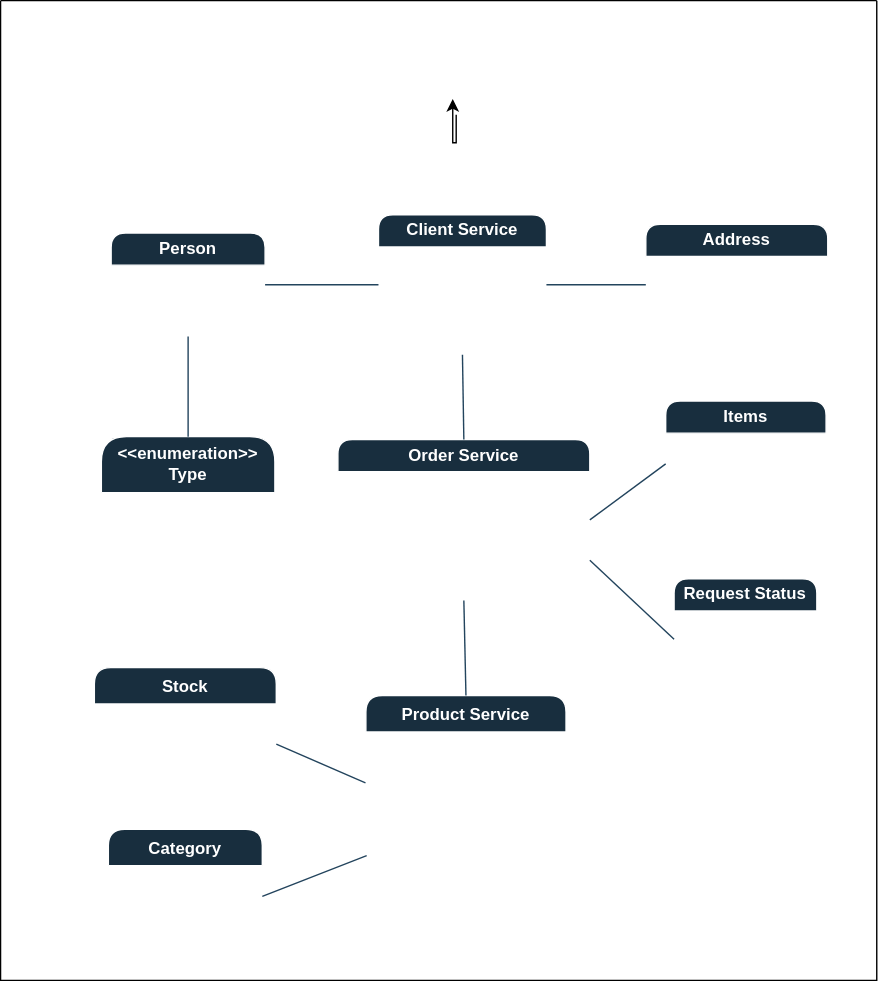
The draw.io diagram docs/diagram-msorderservice-apis.svg in romulomotadev/portfolio-msorderservice-v2, before a commit. Source tidied: cells renumbered, new cells last; positions are measured from the earlier drawing's top-left corner, leaving out a move shared by most shapes.
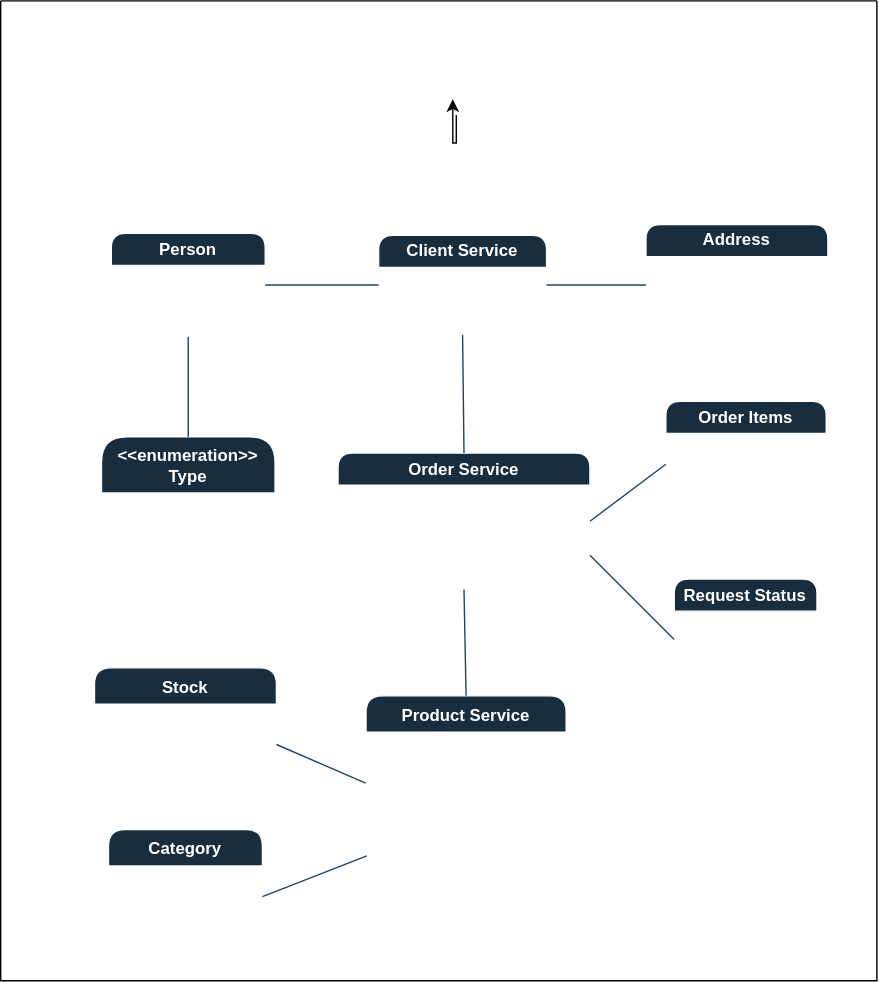
Above is the later version.

Commit message:
feat(msorderservice): Created entities and repository for order service

Change to the diagram source:
```diff
@@ -14,23 +14,23 @@
     <mxCell id="5" value="1:1" style="text;html=1;whiteSpace=wrap;strokeColor=none;fillColor=none;align=center;verticalAlign=middle;rounded=1;labelBorderColor=none;labelBackgroundColor=none;fontColor=#FFFFFF;" parent="2" vertex="1">
       <mxGeometry x="461.2" y="460.5" width="20" height="10" as="geometry" />
     </mxCell>
-    <mxCell id="6" value="Items" style="swimlane;whiteSpace=wrap;html=1;rounded=1;labelBorderColor=none;labelBackgroundColor=none;fillColor=light-dark(#182E3E,#D4E1F5);strokeColor=#FFFFFF;fontColor=#FFFFFF;" parent="2" vertex="1">
+    <mxCell id="6" value="Order Items" style="swimlane;whiteSpace=wrap;html=1;rounded=1;labelBorderColor=none;labelBackgroundColor=none;fillColor=light-dark(#182E3E,#D4E1F5);strokeColor=#FFFFFF;fontColor=#FFFFFF;" parent="2" vertex="1">
       <mxGeometry x="475.2" y="286" width="114.6" height="90" as="geometry" />
     </mxCell>
     <mxCell id="7" value="- &amp;lt;&amp;lt;pk&amp;gt;&amp;gt; id : Long&lt;div&gt;- productId : Long&lt;/div&gt;&lt;div&gt;- quantity : Integer&lt;/div&gt;&lt;div&gt;- unitPrice : Double&lt;/div&gt;" style="text;html=1;whiteSpace=wrap;strokeColor=none;fillColor=none;align=left;verticalAlign=middle;rounded=1;labelBorderColor=none;labelBackgroundColor=none;fontColor=#FFFFFF;" parent="6" vertex="1">
-      <mxGeometry y="24.3" width="110" height="60.7" as="geometry" />
+      <mxGeometry x="6" y="24.3" width="108.6" height="60.7" as="geometry" />
     </mxCell>
     <mxCell id="8" value="n:1" style="text;html=1;whiteSpace=wrap;strokeColor=none;fillColor=none;align=center;verticalAlign=middle;rounded=1;labelBorderColor=none;labelBackgroundColor=none;fontColor=#FFFFFF;" parent="2" vertex="1">
       <mxGeometry x="455.2" y="320.5" width="20" height="10" as="geometry" />
     </mxCell>
     <mxCell id="9" value="Client Service" style="swimlane;whiteSpace=wrap;html=1;rounded=1;labelBorderColor=none;labelBackgroundColor=none;fillColor=light-dark(#182E3E,#D5E8D4);strokeColor=#FFFFFF;fontColor=#FFFFFF;" parent="2" vertex="1">
-      <mxGeometry x="270" y="153" width="120" height="100" as="geometry" />
+      <mxGeometry x="270" y="167.5" width="120" height="71" as="geometry" />
     </mxCell>
-    <mxCell id="10" value="- &amp;lt;&amp;lt;pk&amp;gt;&amp;gt; id : Long&lt;br&gt;&lt;div&gt;- name : String&lt;/div&gt;&lt;div&gt;- email : String&lt;/div&gt;&lt;div&gt;- person : Person&lt;/div&gt;&lt;div&gt;- address : List&lt;/div&gt;&lt;div&gt;&lt;br&gt;&lt;/div&gt;" style="text;align=left;verticalAlign=middle;spacingLeft=4;spacingRight=4;overflow=hidden;whiteSpace=wrap;html=1;rounded=1;labelBackgroundColor=none;labelBorderColor=none;fontColor=#FFFFFF;" parent="9" vertex="1">
-      <mxGeometry x="2.4" y="23" width="114.6" height="80" as="geometry" />
+    <mxCell id="10" value="- &amp;lt;&amp;lt;pk&amp;gt;&amp;gt; id : Long&lt;br&gt;&lt;div&gt;- name : String&lt;/div&gt;&lt;div&gt;- email : String&lt;/div&gt;&lt;div&gt;&lt;br&gt;&lt;/div&gt;" style="text;align=left;verticalAlign=middle;spacingLeft=4;spacingRight=4;overflow=hidden;whiteSpace=wrap;html=1;rounded=1;labelBackgroundColor=none;labelBorderColor=none;fontColor=#FFFFFF;" parent="9" vertex="1">
+      <mxGeometry x="2.4" y="23" width="114.6" height="48.5" as="geometry" />
     </mxCell>
     <mxCell id="11" value="1:1" style="text;html=1;whiteSpace=wrap;strokeColor=none;fillColor=none;align=center;verticalAlign=middle;rounded=1;labelBorderColor=none;labelBackgroundColor=none;fontColor=#FFFFFF;" parent="2" vertex="1">
-      <mxGeometry x="247" y="185" width="20" height="13" as="geometry" />
+      <mxGeometry x="250" y="188.5" width="20" height="13" as="geometry" />
     </mxCell>
     <mxCell id="12" value="Person" style="swimlane;whiteSpace=wrap;html=1;rounded=1;labelBorderColor=none;labelBackgroundColor=none;fillColor=light-dark(#182E3E,#D5E8D4);strokeColor=#FFFFFF;fontColor=#FFFFFF;" parent="2" vertex="1">
       <mxGeometry x="79" y="166" width="110" height="74" as="geometry" />
@@ -51,7 +51,7 @@
       <mxGeometry x="113.8" y="298" width="17" height="10" as="geometry" />
     </mxCell>
     <mxCell id="18" value="1:1" style="text;html=1;whiteSpace=wrap;strokeColor=none;fillColor=none;align=center;verticalAlign=middle;rounded=1;labelBorderColor=none;labelBackgroundColor=none;fontColor=#FFFFFF;" parent="2" vertex="1">
-      <mxGeometry x="192" y="185.5" width="20" height="13" as="geometry" />
+      <mxGeometry x="189" y="187" width="20" height="13" as="geometry" />
     </mxCell>
     <mxCell id="19" value="&amp;nbsp;NATURAL_PERSON&lt;div&gt;&amp;nbsp;LEGAL_PERSON&lt;/div&gt;" style="text;html=1;whiteSpace=wrap;strokeColor=none;fillColor=none;align=left;verticalAlign=middle;rounded=1;labelBorderColor=none;labelBackgroundColor=none;fontColor=#FFFFFF;" parent="2" vertex="1">
       <mxGeometry x="74" y="353" width="120" height="30" as="geometry" />
@@ -60,10 +60,10 @@
       <mxGeometry relative="1" as="geometry" />
     </mxCell>
     <mxCell id="21" value="Order Service" style="swimlane;whiteSpace=wrap;html=1;rounded=1;labelBorderColor=none;labelBackgroundColor=none;fillColor=light-dark(#182E3E,#D4E1F5);strokeColor=#FFFFFF;fontColor=#FFFFFF;" parent="2" vertex="1">
-      <mxGeometry x="241" y="313.5" width="180" height="115" as="geometry" />
+      <mxGeometry x="241" y="323" width="180" height="97.5" as="geometry" />
     </mxCell>
-    <mxCell id="22" value="- &amp;lt;&amp;lt;pk&amp;gt;&amp;gt; id : Long&lt;div&gt;- clientId : Long&lt;/div&gt;&lt;div&gt;- creationDate : LocalDateTime&lt;/div&gt;&lt;div&gt;- requestStatus : enum&lt;/div&gt;&lt;div&gt;- items: List&lt;/div&gt;&lt;div&gt;- totalValue : Double&lt;/div&gt;" style="text;strokeColor=none;fillColor=none;align=left;verticalAlign=middle;spacingLeft=4;spacingRight=4;overflow=hidden;whiteSpace=wrap;html=1;rounded=1;labelBorderColor=none;labelBackgroundColor=none;fontColor=#FFFFFF;" parent="21" vertex="1">
-      <mxGeometry y="24" width="176" height="90" as="geometry" />
+    <mxCell id="22" value="- &amp;lt;&amp;lt;pk&amp;gt;&amp;gt; id : Long&lt;div&gt;- clientId : Long&lt;/div&gt;&lt;div&gt;- creationDate : LocalDateTime&lt;/div&gt;&lt;div&gt;&lt;span style=&quot;background-color: transparent; color: light-dark(rgb(255, 255, 255), rgb(18, 18, 18));&quot;&gt;- totalValue : Double&lt;/span&gt;&lt;/div&gt;" style="text;strokeColor=none;fillColor=none;align=left;verticalAlign=middle;spacingLeft=4;spacingRight=4;overflow=hidden;whiteSpace=wrap;html=1;rounded=1;labelBorderColor=none;labelBackgroundColor=none;fontColor=#FFFFFF;" parent="21" vertex="1">
+      <mxGeometry y="26.5" width="176" height="63.5" as="geometry" />
     </mxCell>
     <mxCell id="23" value="1:n" style="text;html=1;whiteSpace=wrap;strokeColor=none;fillColor=none;align=center;verticalAlign=middle;rounded=1;labelBorderColor=none;labelBackgroundColor=none;fontColor=#FFFFFF;" parent="2" vertex="1">
       <mxGeometry x="421" y="345" width="20" height="10" as="geometry" />
@@ -96,7 +96,7 @@
       <mxGeometry x="241" y="598" width="20" height="10" as="geometry" />
     </mxCell>
     <mxCell id="32" value="Rabbit&lt;span style=&quot;background-color: transparent; color: light-dark(rgb(255, 255, 255), rgb(18, 18, 18));&quot;&gt;Mq&lt;/span&gt;" style="text;html=1;whiteSpace=wrap;strokeColor=none;fillColor=none;align=center;verticalAlign=middle;rounded=1;convertToSvg=1;svgWhiteSpace=wrap;labelBorderColor=none;labelBackgroundColor=none;fontColor=#FFFFFF;" parent="2" vertex="1">
-      <mxGeometry x="333" y="454.5" width="54" height="15.8" as="geometry" />
+      <mxGeometry x="334" y="460.7" width="54" height="15.8" as="geometry" />
     </mxCell>
     <mxCell id="33" style="endArrow=none;html=1;rounded=1;labelBorderColor=none;fontColor=default;labelBackgroundColor=none;strokeColor=#23445D;entryX=0.5;entryY=1;entryDx=0;entryDy=0;exitX=0.5;exitY=0;exitDx=0;exitDy=0;" parent="2" edge="1" source="27" target="21">
       <mxGeometry relative="1" as="geometry" />
@@ -141,10 +141,10 @@
       <mxGeometry relative="1" as="geometry" />
     </mxCell>
     <mxCell id="47" value="1:n" style="text;html=1;whiteSpace=wrap;strokeColor=none;fillColor=none;align=center;verticalAlign=middle;rounded=1;labelBorderColor=none;labelBackgroundColor=none;fontColor=#FFFFFF;" parent="2" vertex="1">
-      <mxGeometry x="393" y="188" width="20" height="10" as="geometry" />
+      <mxGeometry x="393" y="190" width="20" height="10" as="geometry" />
     </mxCell>
     <mxCell id="48" value="n:1" style="text;html=1;whiteSpace=wrap;strokeColor=none;fillColor=none;align=center;verticalAlign=middle;rounded=1;labelBorderColor=none;labelBackgroundColor=none;fontColor=#FFFFFF;" parent="2" vertex="1">
-      <mxGeometry x="441" y="188.5" width="20" height="10" as="geometry" />
+      <mxGeometry x="441" y="190" width="20" height="10" as="geometry" />
     </mxCell>
     <mxCell id="49" value="Address" style="swimlane;whiteSpace=wrap;html=1;rounded=1;labelBorderColor=none;labelBackgroundColor=none;fillColor=light-dark(#182E3E,#D5E8D4);strokeColor=#FFFFFF;fontColor=#FFFFFF;" parent="2" vertex="1">
       <mxGeometry x="461" y="159.8" width="130" height="86.5" as="geometry" />
@@ -155,5 +155,8 @@
     <mxCell id="51" style="endArrow=none;html=1;rounded=1;labelBorderColor=none;fontColor=default;labelBackgroundColor=none;strokeColor=#23445D;entryX=0;entryY=0.5;entryDx=0;entryDy=0;exitX=1;exitY=0.5;exitDx=0;exitDy=0;" parent="2" edge="1" source="9" target="49">
       <mxGeometry relative="1" as="geometry" />
     </mxCell>
+    <mxCell id="52" value="OpenFeign" style="text;html=1;whiteSpace=wrap;strokeColor=none;fillColor=none;align=center;verticalAlign=middle;rounded=1;labelBorderColor=none;labelBackgroundColor=none;fontColor=#FFFFFF;" parent="2" vertex="1">
+      <mxGeometry x="334" y="446.7" width="60" height="15.8" as="geometry" />
+    </mxCell>
   </root>
 </mxGraphModel>
```
